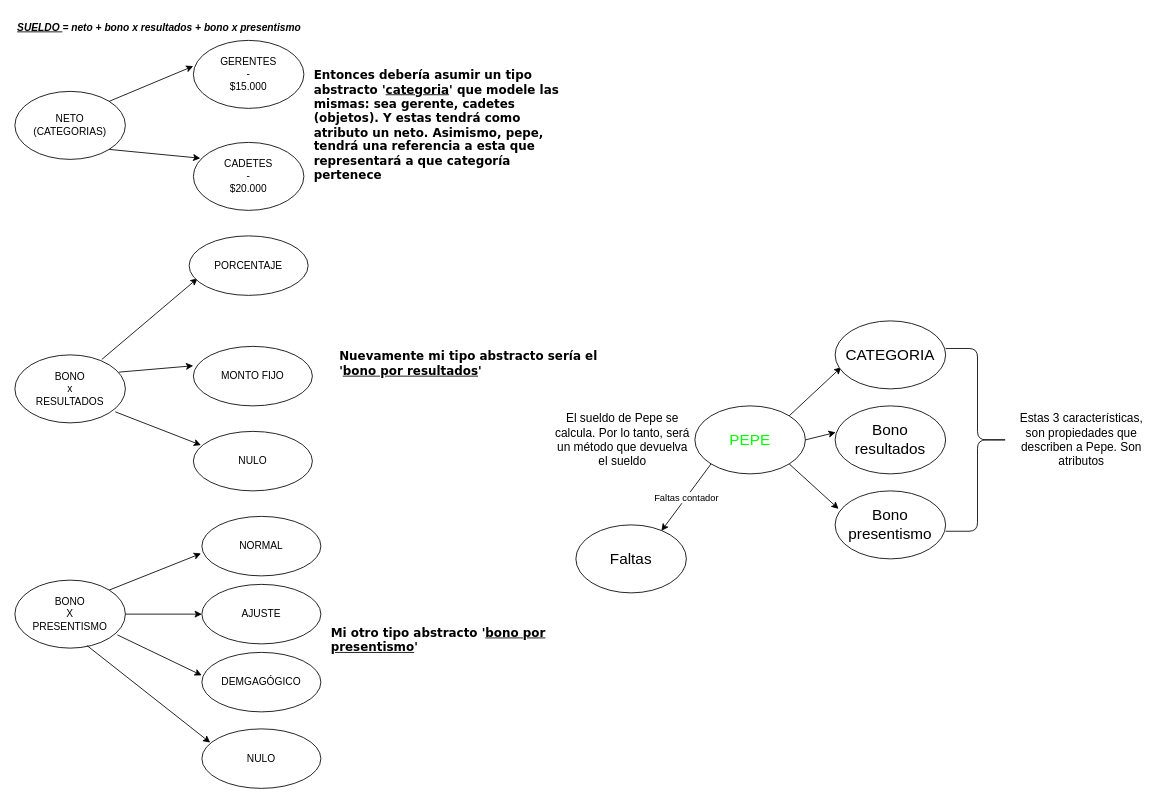
obj1unq/2025c2s2-sueldo-de-pepe-Mastzz keeps this draw.io diagram as sratchpad.drawio. Above is the earlier version. Source tidied: cells renumbered, new cells numbered last; positions are measured from the earlier drawing's top-left corner, leaving out a move shared by most shapes. Both pictures are drawn from the tidied source at 85%, with x=0, y=0 at pixel (14, 14).
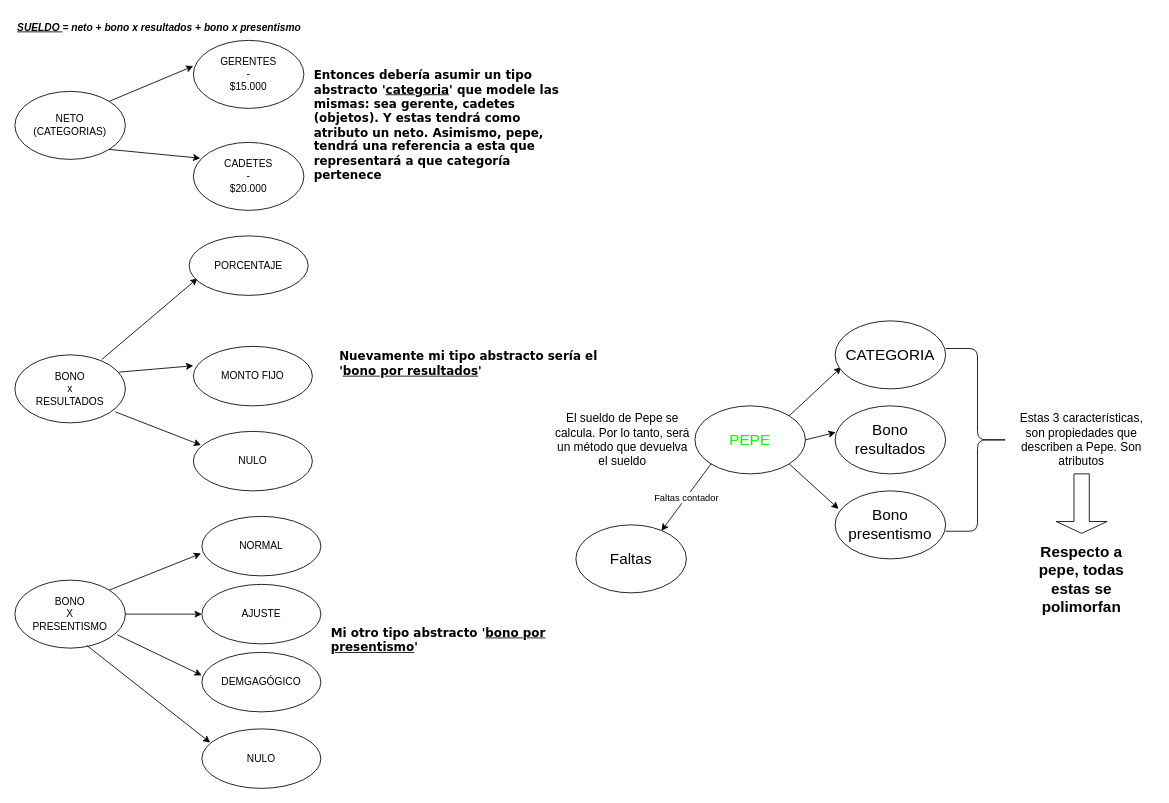
The same diagram, later.

Commit message (it also covers changes not shown here):
Categorias agregadas

Diff of the diagram source:
```diff
@@
+    <mxCell id="39" style="shape=singleArrow;direction=south;whiteSpace=wrap;html=1;" parent="1" vertex="1">
+      <mxGeometry x="1225" y="540" width="60" height="70" as="geometry" />
+    </mxCell>
+    <mxCell id="40" value="&lt;font style=&quot;font-size: 18px;&quot;&gt;&lt;b&gt;Respecto a pepe, todas estas se polimorfan&lt;/b&gt;&lt;/font&gt;" style="text;strokeColor=none;align=center;fillColor=none;html=1;verticalAlign=middle;whiteSpace=wrap;rounded=0;" parent="1" vertex="1">
+      <mxGeometry x="1185" y="650" width="140" height="30" as="geometry" />
+    </mxCell>
```
